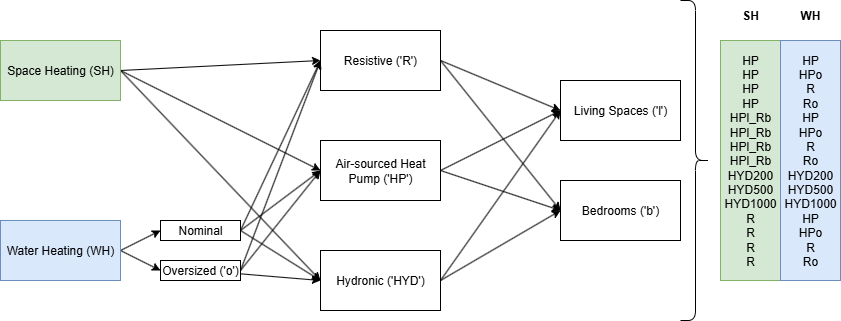
Earlier version of the draw.io export other/Technology_setup_key.png (pxgo17/EECA_SWH_LCA). Source tidied: cells renumbered, new cells last; positions are measured from the earlier drawing's top-left corner, leaving out a move shared by most shapes. The source it was exported from:
```xml
<mxGraphModel>
  <root>
    <mxCell id="0" />
    <mxCell id="1" parent="0" />
    <mxCell id="2" style="edgeStyle=none;rounded=0;jettySize=auto;html=1;entryX=0;entryY=0.5;entryDx=0;entryDy=0;exitX=1;exitY=0.5;exitDx=0;exitDy=0;" parent="1" edge="1" source="5" target="11">
      <mxGeometry relative="1" as="geometry" />
    </mxCell>
    <mxCell id="3" style="edgeStyle=none;rounded=0;jettySize=auto;html=1;entryX=0;entryY=0.5;entryDx=0;entryDy=0;exitX=1;exitY=0.5;exitDx=0;exitDy=0;" parent="1" edge="1" source="5" target="14">
      <mxGeometry relative="1" as="geometry" />
    </mxCell>
    <mxCell id="4" style="edgeStyle=none;rounded=0;jettySize=auto;html=1;entryX=0;entryY=0.5;entryDx=0;entryDy=0;exitX=1;exitY=0.5;exitDx=0;exitDy=0;" parent="1" edge="1" source="5" target="19">
      <mxGeometry relative="1" as="geometry" />
    </mxCell>
    <mxCell id="5" value="Space Heating (SH)" style="rounded=0;whiteSpace=wrap;html=1;fillColor=#d5e8d4;strokeColor=#82b366;" parent="1" vertex="1">
      <mxGeometry y="40" width="120" height="60" as="geometry" />
    </mxCell>
    <mxCell id="6" style="edgeStyle=none;rounded=0;jettySize=auto;html=1;entryX=0;entryY=0.5;entryDx=0;entryDy=0;exitX=1;exitY=0.5;exitDx=0;exitDy=0;" parent="1" edge="1" source="8" target="23">
      <mxGeometry relative="1" as="geometry" />
    </mxCell>
    <mxCell id="7" style="edgeStyle=none;rounded=0;jettySize=auto;html=1;entryX=0;entryY=0.5;entryDx=0;entryDy=0;exitX=1;exitY=0.5;exitDx=0;exitDy=0;" parent="1" edge="1" source="8" target="27">
      <mxGeometry relative="1" as="geometry" />
    </mxCell>
    <mxCell id="8" value="Water Heating (WH)" style="rounded=0;whiteSpace=wrap;html=1;fillColor=#dae8fc;strokeColor=#6c8ebf;" parent="1" vertex="1">
      <mxGeometry y="220" width="120" height="60" as="geometry" />
    </mxCell>
    <mxCell id="9" style="edgeStyle=none;rounded=0;jettySize=auto;html=1;entryX=0;entryY=0.5;entryDx=0;entryDy=0;exitX=1;exitY=0.5;exitDx=0;exitDy=0;" parent="1" edge="1" source="11" target="15">
      <mxGeometry relative="1" as="geometry" />
    </mxCell>
    <mxCell id="10" style="edgeStyle=none;rounded=0;jettySize=auto;html=1;entryX=0;entryY=0.5;entryDx=0;entryDy=0;exitX=1;exitY=0.5;exitDx=0;exitDy=0;" parent="1" edge="1" source="11" target="16">
      <mxGeometry relative="1" as="geometry" />
    </mxCell>
    <mxCell id="11" value="Resistive ('R')" style="rounded=0;whiteSpace=wrap;html=1;" parent="1" vertex="1">
      <mxGeometry x="320" y="30" width="120" height="60" as="geometry" />
    </mxCell>
    <mxCell id="12" style="edgeStyle=none;rounded=0;jettySize=auto;html=1;entryX=0;entryY=0.5;entryDx=0;entryDy=0;exitX=1;exitY=0.5;exitDx=0;exitDy=0;" parent="1" edge="1" source="14" target="15">
      <mxGeometry relative="1" as="geometry" />
    </mxCell>
    <mxCell id="13" style="edgeStyle=none;rounded=0;jettySize=auto;html=1;entryX=0;entryY=0.5;entryDx=0;entryDy=0;exitX=1;exitY=0.5;exitDx=0;exitDy=0;" parent="1" edge="1" source="14" target="16">
      <mxGeometry relative="1" as="geometry" />
    </mxCell>
    <mxCell id="14" value="Air-sourced Heat Pump ('HP')" style="rounded=0;whiteSpace=wrap;html=1;" parent="1" vertex="1">
      <mxGeometry x="320" y="140" width="120" height="60" as="geometry" />
    </mxCell>
    <mxCell id="15" value="Living Spaces ('l')" style="rounded=0;whiteSpace=wrap;html=1;" parent="1" vertex="1">
      <mxGeometry x="560" y="80" width="120" height="60" as="geometry" />
    </mxCell>
    <mxCell id="16" value="Bedrooms ('b')" style="rounded=0;whiteSpace=wrap;html=1;" parent="1" vertex="1">
      <mxGeometry x="560" y="180" width="120" height="60" as="geometry" />
    </mxCell>
    <mxCell id="17" style="edgeStyle=none;rounded=0;jettySize=auto;html=1;entryX=0;entryY=0.5;entryDx=0;entryDy=0;exitX=1;exitY=0.5;exitDx=0;exitDy=0;" parent="1" edge="1" source="19" target="15">
      <mxGeometry relative="1" as="geometry" />
    </mxCell>
    <mxCell id="18" style="edgeStyle=none;rounded=0;jettySize=auto;html=1;entryX=0;entryY=0.5;entryDx=0;entryDy=0;exitX=1;exitY=0.5;exitDx=0;exitDy=0;" parent="1" edge="1" source="19" target="16">
      <mxGeometry relative="1" as="geometry" />
    </mxCell>
    <mxCell id="19" value="Hydronic ('HYD')" style="rounded=0;whiteSpace=wrap;html=1;" parent="1" vertex="1">
      <mxGeometry x="320" y="250" width="120" height="60" as="geometry" />
    </mxCell>
    <mxCell id="20" style="edgeStyle=none;rounded=0;jettySize=auto;html=1;entryX=0;entryY=0.5;entryDx=0;entryDy=0;exitX=1;exitY=0.5;exitDx=0;exitDy=0;" parent="1" edge="1" source="23" target="11">
      <mxGeometry relative="1" as="geometry" />
    </mxCell>
    <mxCell id="21" style="edgeStyle=none;rounded=0;jettySize=auto;html=1;entryX=0;entryY=0.5;entryDx=0;entryDy=0;exitX=1;exitY=0.5;exitDx=0;exitDy=0;" parent="1" edge="1" source="23" target="14">
      <mxGeometry relative="1" as="geometry" />
    </mxCell>
    <mxCell id="22" style="edgeStyle=none;rounded=0;jettySize=auto;html=1;entryX=0;entryY=0.5;entryDx=0;entryDy=0;exitX=1;exitY=0.5;exitDx=0;exitDy=0;" parent="1" edge="1" source="23" target="19">
      <mxGeometry relative="1" as="geometry" />
    </mxCell>
    <mxCell id="23" value="Nominal" style="rounded=0;whiteSpace=wrap;html=1;" parent="1" vertex="1">
      <mxGeometry x="160" y="220" width="80" height="20" as="geometry" />
    </mxCell>
    <mxCell id="24" style="edgeStyle=none;rounded=0;jettySize=auto;html=1;entryX=0;entryY=0.5;entryDx=0;entryDy=0;" parent="1" edge="1" source="27" target="19">
      <mxGeometry relative="1" as="geometry" />
    </mxCell>
    <mxCell id="25" style="edgeStyle=none;rounded=0;jettySize=auto;html=1;entryX=0;entryY=0.5;entryDx=0;entryDy=0;exitX=1;exitY=0.5;exitDx=0;exitDy=0;" parent="1" edge="1" source="27" target="14">
      <mxGeometry relative="1" as="geometry" />
    </mxCell>
    <mxCell id="26" style="edgeStyle=none;rounded=0;jettySize=auto;html=1;entryX=0;entryY=0.5;entryDx=0;entryDy=0;exitX=1;exitY=0.5;exitDx=0;exitDy=0;" parent="1" edge="1" source="27" target="11">
      <mxGeometry relative="1" as="geometry" />
    </mxCell>
    <mxCell id="27" value="Oversized ('o')" style="rounded=0;whiteSpace=wrap;html=1;" parent="1" vertex="1">
      <mxGeometry x="160" y="260" width="80" height="20" as="geometry" />
    </mxCell>
    <mxCell id="28" value="HP&lt;div&gt;HP&lt;/div&gt;&lt;div&gt;HP&lt;/div&gt;&lt;div&gt;HP&lt;/div&gt;&lt;div&gt;HPl_Rb&lt;/div&gt;&lt;div&gt;&lt;span style=&quot;background-color: transparent; color: light-dark(rgb(0, 0, 0), rgb(255, 255, 255));&quot;&gt;HPl_Rb&lt;/span&gt;&lt;/div&gt;&lt;div&gt;&lt;span style=&quot;background-color: transparent; color: light-dark(rgb(0, 0, 0), rgb(255, 255, 255));&quot;&gt;HPl_Rb&lt;/span&gt;&lt;/div&gt;&lt;div&gt;&lt;span style=&quot;background-color: transparent; color: light-dark(rgb(0, 0, 0), rgb(255, 255, 255));&quot;&gt;HPl_Rb&lt;/span&gt;&lt;/div&gt;&lt;div&gt;&lt;span style=&quot;background-color: transparent; color: light-dark(rgb(0, 0, 0), rgb(255, 255, 255));&quot;&gt;HYD200&lt;/span&gt;&lt;/div&gt;&lt;div&gt;&lt;span style=&quot;background-color: transparent; color: light-dark(rgb(0, 0, 0), rgb(255, 255, 255));&quot;&gt;HYD500&lt;/span&gt;&lt;/div&gt;&lt;div&gt;&lt;span style=&quot;background-color: transparent; color: light-dark(rgb(0, 0, 0), rgb(255, 255, 255));&quot;&gt;HYD1000&lt;/span&gt;&lt;/div&gt;&lt;div&gt;&lt;span style=&quot;background-color: transparent; color: light-dark(rgb(0, 0, 0), rgb(255, 255, 255));&quot;&gt;R&lt;/span&gt;&lt;/div&gt;&lt;div&gt;&lt;span style=&quot;background-color: transparent; color: light-dark(rgb(0, 0, 0), rgb(255, 255, 255));&quot;&gt;R&lt;/span&gt;&lt;/div&gt;&lt;div&gt;&lt;span style=&quot;background-color: transparent; color: light-dark(rgb(0, 0, 0), rgb(255, 255, 255));&quot;&gt;R&lt;/span&gt;&lt;/div&gt;&lt;div&gt;&lt;span style=&quot;background-color: transparent; color: light-dark(rgb(0, 0, 0), rgb(255, 255, 255));&quot;&gt;R&lt;/span&gt;&lt;/div&gt;" style="rounded=0;whiteSpace=wrap;html=1;fillColor=#d5e8d4;strokeColor=#82b366;" parent="1" vertex="1">
      <mxGeometry x="720" y="40" width="60" height="240" as="geometry" />
    </mxCell>
    <mxCell id="29" value="HP&lt;div&gt;HPo&lt;/div&gt;&lt;div&gt;R&lt;/div&gt;&lt;div&gt;Ro&lt;/div&gt;&lt;div&gt;HP&lt;div&gt;HPo&lt;/div&gt;&lt;div&gt;R&lt;/div&gt;&lt;div&gt;Ro&lt;/div&gt;&lt;/div&gt;&lt;div&gt;&lt;span style=&quot;background-color: transparent; color: light-dark(rgb(0, 0, 0), rgb(255, 255, 255));&quot;&gt;HYD200&lt;/span&gt;&lt;/div&gt;&lt;div&gt;&lt;span style=&quot;background-color: transparent; color: light-dark(rgb(0, 0, 0), rgb(255, 255, 255));&quot;&gt;HYD500&lt;/span&gt;&lt;/div&gt;&lt;div&gt;&lt;span style=&quot;background-color: transparent; color: light-dark(rgb(0, 0, 0), rgb(255, 255, 255));&quot;&gt;HYD1000&lt;/span&gt;&lt;/div&gt;&lt;div&gt;HP&lt;div&gt;HPo&lt;/div&gt;&lt;div&gt;R&lt;/div&gt;&lt;div&gt;Ro&lt;/div&gt;&lt;/div&gt;" style="rounded=0;whiteSpace=wrap;html=1;fillColor=#dae8fc;strokeColor=#6c8ebf;" parent="1" vertex="1">
      <mxGeometry x="780" y="40" width="60" height="240" as="geometry" />
    </mxCell>
    <mxCell id="30" value="SH" style="text;html=1;align=center;verticalAlign=middle;whiteSpace=wrap;rounded=0;fontStyle=1;" parent="1" vertex="1">
      <mxGeometry x="720" width="60" height="30" as="geometry" />
    </mxCell>
    <mxCell id="31" value="WH" style="text;html=1;align=center;verticalAlign=middle;whiteSpace=wrap;rounded=0;fontStyle=1;" parent="1" vertex="1">
      <mxGeometry x="780" width="60" height="30" as="geometry" />
    </mxCell>
    <mxCell id="32" style="shape=curlyBracket;whiteSpace=wrap;html=1;rounded=1;flipH=1;labelPosition=right;verticalLabelPosition=middle;align=left;verticalAlign=middle;" parent="1" vertex="1">
      <mxGeometry x="680" width="30" height="320" as="geometry" />
    </mxCell>
  </root>
</mxGraphModel>
```
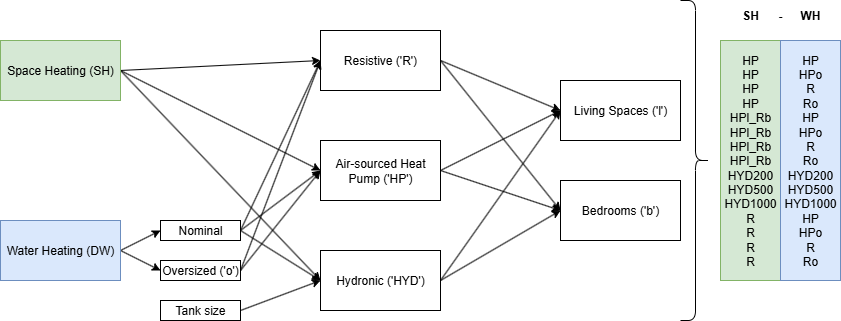
After the change.

Diff of the diagram source:
```diff
@@ -20,7 +20,7 @@
     <mxCell id="7" style="edgeStyle=none;rounded=0;jettySize=auto;html=1;entryX=0;entryY=0.5;entryDx=0;entryDy=0;exitX=1;exitY=0.5;exitDx=0;exitDy=0;" parent="1" edge="1" source="8" target="27">
       <mxGeometry relative="1" as="geometry" />
     </mxCell>
-    <mxCell id="8" value="Water Heating (WH)" style="rounded=0;whiteSpace=wrap;html=1;fillColor=#dae8fc;strokeColor=#6c8ebf;" parent="1" vertex="1">
+    <mxCell id="8" value="Water Heating (DW)" style="rounded=0;whiteSpace=wrap;html=1;fillColor=#dae8fc;strokeColor=#6c8ebf;" parent="1" vertex="1">
       <mxGeometry y="220" width="120" height="60" as="geometry" />
     </mxCell>
     <mxCell id="9" style="edgeStyle=none;rounded=0;jettySize=auto;html=1;entryX=0;entryY=0.5;entryDx=0;entryDy=0;exitX=1;exitY=0.5;exitDx=0;exitDy=0;" parent="1" edge="1" source="11" target="15">
@@ -68,9 +68,6 @@
     <mxCell id="23" value="Nominal" style="rounded=0;whiteSpace=wrap;html=1;" parent="1" vertex="1">
       <mxGeometry x="160" y="220" width="80" height="20" as="geometry" />
     </mxCell>
-    <mxCell id="24" style="edgeStyle=none;rounded=0;jettySize=auto;html=1;entryX=0;entryY=0.5;entryDx=0;entryDy=0;" parent="1" edge="1" source="27" target="19">
-      <mxGeometry relative="1" as="geometry" />
-    </mxCell>
     <mxCell id="25" style="edgeStyle=none;rounded=0;jettySize=auto;html=1;entryX=0;entryY=0.5;entryDx=0;entryDy=0;exitX=1;exitY=0.5;exitDx=0;exitDy=0;" parent="1" edge="1" source="27" target="14">
       <mxGeometry relative="1" as="geometry" />
     </mxCell>
@@ -95,5 +92,14 @@
     <mxCell id="32" style="shape=curlyBracket;whiteSpace=wrap;html=1;rounded=1;flipH=1;labelPosition=right;verticalLabelPosition=middle;align=left;verticalAlign=middle;" parent="1" vertex="1">
       <mxGeometry x="680" width="30" height="320" as="geometry" />
     </mxCell>
+    <mxCell id="33" value="-" style="text;html=1;align=center;verticalAlign=middle;whiteSpace=wrap;rounded=0;fontStyle=1;" parent="1" vertex="1">
+      <mxGeometry x="750" width="60" height="30" as="geometry" />
+    </mxCell>
+    <mxCell id="34" style="edgeStyle=none;rounded=0;jettySize=auto;html=1;entryX=0;entryY=0.5;entryDx=0;entryDy=0;exitX=1;exitY=0.5;exitDx=0;exitDy=0;" parent="1" edge="1" source="35" target="19">
+      <mxGeometry relative="1" as="geometry" />
+    </mxCell>
+    <mxCell id="35" value="Tank size" style="rounded=0;whiteSpace=wrap;html=1;" parent="1" vertex="1">
+      <mxGeometry x="160" y="300" width="80" height="20" as="geometry" />
+    </mxCell>
   </root>
 </mxGraphModel>
```
